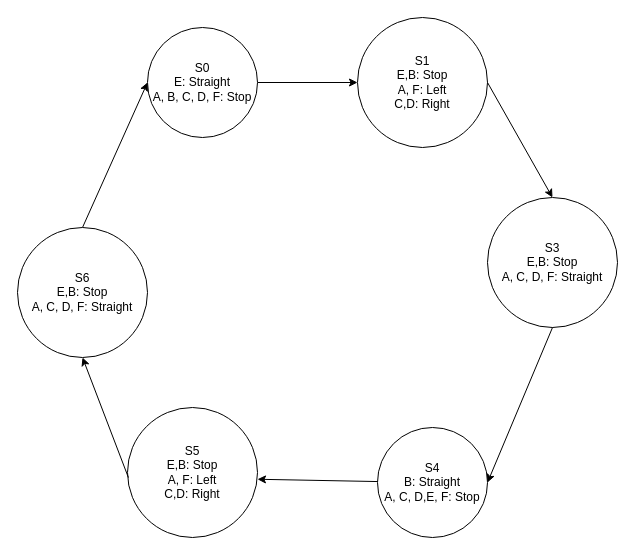
Above: lab1/state_machine.drawio in linnypham/CSC3210 (draw.io), before the change. Source tidied: cells renumbered, new cells numbered last; positions are measured from the earlier drawing's top-left corner, leaving out a move shared by most shapes. Both pictures are drawn from the tidied source at 100%, with x=0, y=0 at pixel (17, 17).
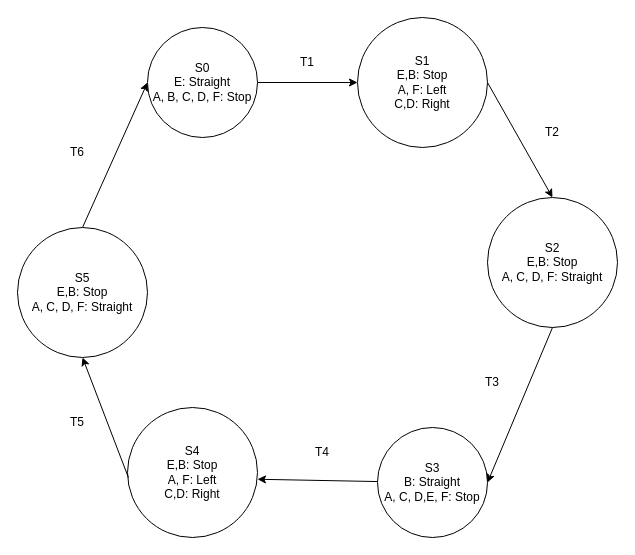
The same diagram, later.

The edit, as a diff of the source:
```diff
@@
 <mxGraphModel>
   <root>
     <mxCell id="0" />
     <mxCell id="1" parent="0" />
     <mxCell id="2" style="edgeStyle=none;html=1;exitX=1;exitY=0.5;exitDx=0;exitDy=0;entryX=0;entryY=0.5;entryDx=0;entryDy=0;" parent="1" edge="1" source="3" target="4">
       <mxGeometry relative="1" as="geometry" />
     </mxCell>
     <mxCell id="3" value="S0&lt;br&gt;E: Straight&lt;br&gt;A, B, C, D, F: Stop" style="ellipse;whiteSpace=wrap;html=1;" parent="1" vertex="1">
       <mxGeometry x="130" y="10" width="110" height="110" as="geometry" />
     </mxCell>
     <mxCell id="4" value="S1&lt;br&gt;E,B: Stop&lt;br&gt;A, F: Left&lt;br&gt;C,D: Right" style="ellipse;whiteSpace=wrap;html=1;" parent="1" vertex="1">
       <mxGeometry x="340" width="130" height="130" as="geometry" />
     </mxCell>
-    <mxCell id="5" value="S3&lt;br&gt;E,B: Stop&lt;br&gt;A, C, D, F: Straight" style="ellipse;whiteSpace=wrap;html=1;" parent="1" vertex="1">
+    <mxCell id="5" value="S2&lt;br&gt;E,B: Stop&lt;br&gt;A, C, D, F: Straight" style="ellipse;whiteSpace=wrap;html=1;" parent="1" vertex="1">
       <mxGeometry x="470" y="180" width="130" height="130" as="geometry" />
     </mxCell>
     <mxCell id="6" style="edgeStyle=none;html=1;exitX=1;exitY=0.5;exitDx=0;exitDy=0;entryX=0.5;entryY=0;entryDx=0;entryDy=0;" parent="1" edge="1" source="4" target="5">
       <mxGeometry relative="1" as="geometry" />
     </mxCell>
-    <mxCell id="7" value="S4&lt;br&gt;B: Straight&lt;br&gt;A, C, D,E, F: Stop" style="ellipse;whiteSpace=wrap;html=1;" parent="1" vertex="1">
+    <mxCell id="7" value="S3&lt;br&gt;B: Straight&lt;br&gt;A, C, D,E, F: Stop" style="ellipse;whiteSpace=wrap;html=1;" parent="1" vertex="1">
       <mxGeometry x="360" y="410" width="110" height="110" as="geometry" />
     </mxCell>
     <mxCell id="8" style="edgeStyle=none;html=1;exitX=0.5;exitY=1;exitDx=0;exitDy=0;entryX=1;entryY=0.5;entryDx=0;entryDy=0;" parent="1" edge="1" source="5" target="7">
       <mxGeometry relative="1" as="geometry" />
     </mxCell>
-    <mxCell id="9" value="S5&lt;br&gt;E,B: Stop&lt;br&gt;A, F: Left&lt;br&gt;C,D: Right" style="ellipse;whiteSpace=wrap;html=1;" parent="1" vertex="1">
+    <mxCell id="9" value="S4&lt;br&gt;E,B: Stop&lt;br&gt;A, F: Left&lt;br&gt;C,D: Right" style="ellipse;whiteSpace=wrap;html=1;" parent="1" vertex="1">
       <mxGeometry x="110" y="390" width="130" height="130" as="geometry" />
     </mxCell>
     <mxCell id="10" style="edgeStyle=none;html=1;entryX=1;entryY=0.552;entryDx=0;entryDy=0;entryPerimeter=0;" parent="1" edge="1" source="7" target="9">
       <mxGeometry relative="1" as="geometry" />
     </mxCell>
     <mxCell id="11" style="edgeStyle=none;html=1;entryX=0;entryY=0.5;entryDx=0;entryDy=0;exitX=0.5;exitY=0;exitDx=0;exitDy=0;" parent="1" edge="1" source="12" target="3">
       <mxGeometry relative="1" as="geometry" />
     </mxCell>
-    <mxCell id="12" value="S6&lt;br&gt;E,B: Stop&lt;br&gt;A, C, D, F: Straight" style="ellipse;whiteSpace=wrap;html=1;" parent="1" vertex="1">
+    <mxCell id="12" value="S5&lt;br&gt;E,B: Stop&lt;br&gt;A, C, D, F: Straight" style="ellipse;whiteSpace=wrap;html=1;" parent="1" vertex="1">
       <mxGeometry y="210" width="130" height="130" as="geometry" />
     </mxCell>
     <mxCell id="13" style="edgeStyle=none;html=1;entryX=0.5;entryY=1;entryDx=0;entryDy=0;exitX=0.007;exitY=0.539;exitDx=0;exitDy=0;exitPerimeter=0;" parent="1" edge="1" source="9" target="12">
       <mxGeometry relative="1" as="geometry" />
     </mxCell>
+    <mxCell id="14" value="T1" style="text;html=1;strokeColor=none;fillColor=none;align=center;verticalAlign=middle;whiteSpace=wrap;rounded=0;" parent="1" vertex="1">
+      <mxGeometry x="260" y="30" width="60" height="30" as="geometry" />
+    </mxCell>
+    <mxCell id="15" value="T2" style="text;html=1;strokeColor=none;fillColor=none;align=center;verticalAlign=middle;whiteSpace=wrap;rounded=0;" parent="1" vertex="1">
+      <mxGeometry x="505" y="100" width="60" height="30" as="geometry" />
+    </mxCell>
+    <mxCell id="16" value="T3" style="text;html=1;strokeColor=none;fillColor=none;align=center;verticalAlign=middle;whiteSpace=wrap;rounded=0;" parent="1" vertex="1">
+      <mxGeometry x="445" y="350" width="60" height="30" as="geometry" />
+    </mxCell>
+    <mxCell id="17" value="T4" style="text;html=1;strokeColor=none;fillColor=none;align=center;verticalAlign=middle;whiteSpace=wrap;rounded=0;" parent="1" vertex="1">
+      <mxGeometry x="275" y="420" width="60" height="30" as="geometry" />
+    </mxCell>
+    <mxCell id="18" value="T5" style="text;html=1;strokeColor=none;fillColor=none;align=center;verticalAlign=middle;whiteSpace=wrap;rounded=0;" parent="1" vertex="1">
+      <mxGeometry x="30" y="390" width="60" height="30" as="geometry" />
+    </mxCell>
+    <mxCell id="19" value="T6" style="text;html=1;strokeColor=none;fillColor=none;align=center;verticalAlign=middle;whiteSpace=wrap;rounded=0;" parent="1" vertex="1">
+      <mxGeometry x="30" y="120" width="60" height="30" as="geometry" />
+    </mxCell>
   </root>
 </mxGraphModel>
```
